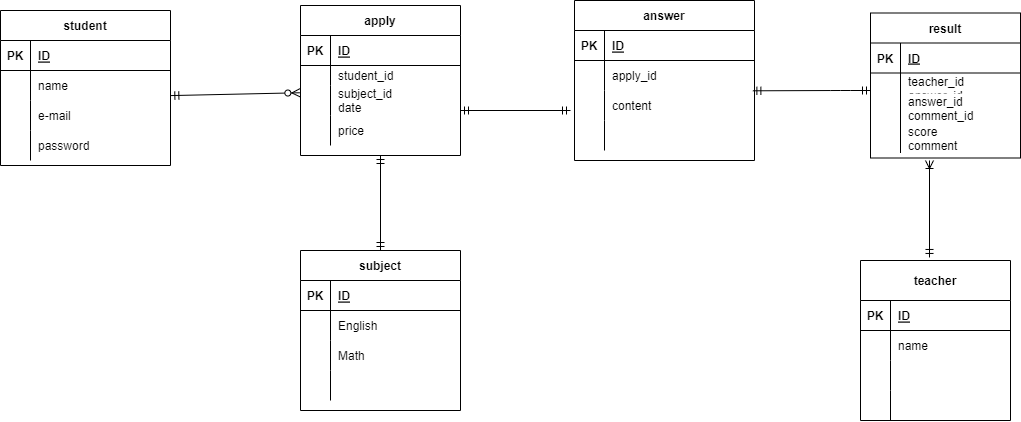
kei1476/ER keeps this draw.io diagram as index.drawio.png. Above is the earlier version. Source tidied: cells renumbered, new cells last; positions are measured from the earlier drawing's top-left corner, leaving out a move shared by most shapes.
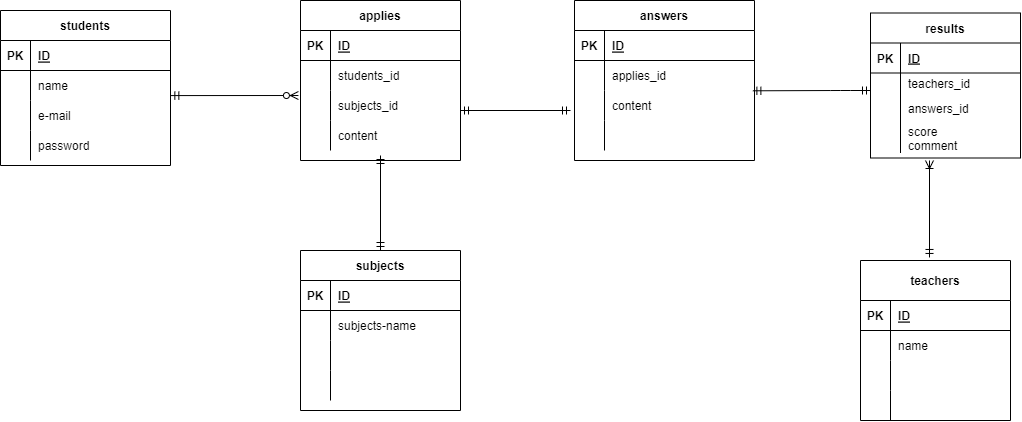
The same diagram one commit later.

Commit message:
演習問題修正3

The edit, as a diff of the source:
```diff
@@ -2,7 +2,7 @@
   <root>
     <mxCell id="0" />
     <mxCell id="1" parent="0" />
-    <mxCell id="2" value="student" style="shape=table;startSize=30;rowLines=0;fontStyle=1;align=center;" parent="1" vertex="1">
+    <mxCell id="2" value="students" style="shape=table;startSize=30;rowLines=0;fontStyle=1;align=center;" parent="1" vertex="1">
       <mxGeometry y="10" width="170" height="155" as="geometry" />
     </mxCell>
     <mxCell id="3" style="shape=partialRectangle;fillColor=none;top=0;left=0;bottom=1;right=0;" parent="2" vertex="1">
@@ -41,46 +41,7 @@
     <mxCell id="14" value="password" style="shape=partialRectangle;fillColor=none;top=0;left=0;bottom=0;right=0;align=left;spacingLeft=6;overflow=hidden;" parent="12" vertex="1">
       <mxGeometry x="30" width="140" height="30" as="geometry" />
     </mxCell>
-    <mxCell id="15" value="apply" style="shape=table;startSize=30;rowLines=0;fontStyle=1;align=center;" parent="1" vertex="1">
-      <mxGeometry x="300" y="5" width="160" height="150" as="geometry" />
-    </mxCell>
-    <mxCell id="16" style="shape=partialRectangle;fillColor=none;top=0;left=0;bottom=1;right=0;" parent="15" vertex="1">
-      <mxGeometry y="30" width="160" height="30" as="geometry" />
-    </mxCell>
-    <mxCell id="17" value="PK" style="shape=partialRectangle;fillColor=none;top=0;left=0;bottom=0;right=0;fontStyle=1;overflow=hidden;" parent="16" vertex="1">
-      <mxGeometry width="30" height="30" as="geometry" />
-    </mxCell>
-    <mxCell id="18" value="ID" style="shape=partialRectangle;fillColor=none;top=0;left=0;bottom=0;right=0;align=left;spacingLeft=6;fontStyle=5;overflow=hidden;" parent="16" vertex="1">
-      <mxGeometry x="30" width="130" height="30" as="geometry" />
-    </mxCell>
-    <mxCell id="19" style="shape=partialRectangle;fillColor=none;top=0;left=0;bottom=0;right=0;" parent="15" vertex="1">
-      <mxGeometry y="60" width="160" height="20" as="geometry" />
-    </mxCell>
-    <mxCell id="20" style="shape=partialRectangle;fillColor=none;top=0;left=0;bottom=0;right=0;overflow=hidden;" parent="19" vertex="1">
-      <mxGeometry width="30" height="20" as="geometry" />
-    </mxCell>
-    <mxCell id="21" value="student_id" style="shape=partialRectangle;fillColor=none;top=0;left=0;bottom=0;right=0;align=left;spacingLeft=6;overflow=hidden;" parent="19" vertex="1">
-      <mxGeometry x="30" width="130" height="20" as="geometry" />
-    </mxCell>
-    <mxCell id="22" style="shape=partialRectangle;fillColor=none;top=0;left=0;bottom=0;right=0;points=[[0,0.5],[1,0.5]];portConstraint=eastwest;" parent="15" vertex="1">
-      <mxGeometry y="80" width="160" height="30" as="geometry" />
-    </mxCell>
-    <mxCell id="23" style="shape=partialRectangle;fillColor=none;top=0;left=0;bottom=0;right=0;overflow=hidden;" parent="22" vertex="1">
-      <mxGeometry width="30" height="30" as="geometry" />
-    </mxCell>
-    <mxCell id="24" value="subject_id&#10;date" style="shape=partialRectangle;fillColor=none;top=0;left=0;bottom=0;right=0;align=left;spacingLeft=6;overflow=hidden;" parent="22" vertex="1">
-      <mxGeometry x="30" width="130" height="30" as="geometry" />
-    </mxCell>
-    <mxCell id="25" style="shape=partialRectangle;fillColor=none;top=0;left=0;bottom=0;right=0;" parent="15" vertex="1">
-      <mxGeometry y="110" width="160" height="30" as="geometry" />
-    </mxCell>
-    <mxCell id="26" style="shape=partialRectangle;fillColor=none;top=0;left=0;bottom=0;right=0;overflow=hidden;" parent="25" vertex="1">
-      <mxGeometry width="30" height="30" as="geometry" />
-    </mxCell>
-    <mxCell id="27" value="price" style="shape=partialRectangle;fillColor=none;top=0;left=0;bottom=0;right=0;align=left;spacingLeft=6;overflow=hidden;" parent="25" vertex="1">
-      <mxGeometry x="30" width="130" height="30" as="geometry" />
-    </mxCell>
-    <mxCell id="28" value="result" style="shape=table;startSize=30;rowLines=0;fontStyle=1;align=center;" parent="1" vertex="1">
+    <mxCell id="28" value="results" style="shape=table;startSize=30;rowLines=0;fontStyle=1;align=center;" parent="1" vertex="1">
       <mxGeometry x="870" y="12.5" width="150" height="145" as="geometry" />
     </mxCell>
     <mxCell id="29" style="shape=partialRectangle;fillColor=none;top=0;left=0;bottom=1;right=0;" parent="28" vertex="1">
@@ -98,7 +59,7 @@
     <mxCell id="33" style="shape=partialRectangle;fillColor=none;top=0;left=0;bottom=0;right=0;overflow=hidden;" parent="32" vertex="1">
       <mxGeometry width="30" height="20" as="geometry" />
     </mxCell>
-    <mxCell id="34" value="teacher_id&#10;answer_id" style="shape=partialRectangle;fillColor=none;top=0;left=0;bottom=0;right=0;align=left;spacingLeft=6;overflow=hidden;" parent="32" vertex="1">
+    <mxCell id="34" value="teachers_id" style="shape=partialRectangle;fillColor=none;top=0;left=0;bottom=0;right=0;align=left;spacingLeft=6;overflow=hidden;" parent="32" vertex="1">
       <mxGeometry x="30" width="120" height="20" as="geometry" />
     </mxCell>
     <mxCell id="35" style="shape=partialRectangle;fillColor=none;top=0;left=0;bottom=0;right=0;" parent="28" vertex="1">
@@ -107,7 +68,7 @@
     <mxCell id="36" style="shape=partialRectangle;fillColor=none;top=0;left=0;bottom=0;right=0;overflow=hidden;" parent="35" vertex="1">
       <mxGeometry width="30" height="30" as="geometry" />
     </mxCell>
-    <mxCell id="37" value="answer_id&#10;comment_id" style="shape=partialRectangle;fillColor=none;top=0;left=0;bottom=0;right=0;align=left;spacingLeft=6;overflow=hidden;" parent="35" vertex="1">
+    <mxCell id="37" value="answers_id" style="shape=partialRectangle;fillColor=none;top=0;left=0;bottom=0;right=0;align=left;spacingLeft=6;overflow=hidden;" parent="35" vertex="1">
       <mxGeometry x="30" width="120" height="30" as="geometry" />
     </mxCell>
     <mxCell id="38" style="shape=partialRectangle;fillColor=none;top=0;left=0;bottom=0;right=0;" parent="28" vertex="1">
@@ -119,7 +80,7 @@
     <mxCell id="40" value="score&#10;comment" style="shape=partialRectangle;fillColor=none;top=0;left=0;bottom=0;right=0;align=left;spacingLeft=6;overflow=hidden;" parent="38" vertex="1">
       <mxGeometry x="30" width="120" height="30" as="geometry" />
     </mxCell>
-    <mxCell id="41" value="teacher" style="shape=table;startSize=40;rowLines=0;fontStyle=1;align=center;" parent="1" vertex="1">
+    <mxCell id="41" value="teachers" style="shape=table;startSize=40;rowLines=0;fontStyle=1;align=center;" parent="1" vertex="1">
       <mxGeometry x="860" y="260" width="150" height="160" as="geometry" />
     </mxCell>
     <mxCell id="42" style="shape=partialRectangle;fillColor=none;top=0;left=0;bottom=1;right=0;" parent="41" vertex="1">
@@ -169,7 +130,7 @@
     <mxCell id="55" style="fontSize=12;html=1;endArrow=ERzeroToMany;startArrow=ERmandOne;exitX=1;exitY=0.5;exitDx=0;exitDy=0;entryX=0;entryY=0.5;entryDx=0;entryDy=0;" parent="1" edge="1" source="6" target="x">
       <mxGeometry relative="1" as="geometry" />
     </mxCell>
-    <mxCell id="56" style="fontSize=12;html=1;endArrow=ERzeroToMany;startArrow=ERmandOne;exitX=1.002;exitY=0.836;exitDx=0;exitDy=0;entryX=-0.004;entryY=0.242;entryDx=0;entryDy=0;entryPerimeter=0;exitPerimeter=0;" parent="1" edge="1" source="6" target="22">
+    <mxCell id="56" style="fontSize=12;html=1;endArrow=ERzeroToMany;startArrow=ERmandOne;exitX=1.002;exitY=0.836;exitDx=0;exitDy=0;entryX=-0.013;entryY=0.167;entryDx=0;entryDy=0;entryPerimeter=0;exitPerimeter=0;" parent="1" edge="1" source="6" target="90">
       <mxGeometry relative="1" as="geometry" />
     </mxCell>
     <mxCell id="57" style="fontSize=12;html=1;endArrow=ERoneToMany;startArrow=ERmandOne;exitX=0.46;exitY=-0.019;exitDx=0;exitDy=0;exitPerimeter=0;" parent="1" edge="1" source="41">
@@ -177,7 +138,7 @@
         <mxPoint x="929" y="160" as="targetPoint" />
       </mxGeometry>
     </mxCell>
-    <mxCell id="58" value="answer" style="shape=table;startSize=30;rowLines=0;fontStyle=1;align=center;" parent="1" vertex="1">
+    <mxCell id="58" value="answers" style="shape=table;startSize=30;rowLines=0;fontStyle=1;align=center;" parent="1" vertex="1">
       <mxGeometry x="574" width="180" height="160" as="geometry" />
     </mxCell>
     <mxCell id="59" style="shape=partialRectangle;fillColor=none;top=0;left=0;bottom=1;right=0;" parent="58" vertex="1">
@@ -195,7 +156,7 @@
     <mxCell id="63" style="shape=partialRectangle;fillColor=none;top=0;left=0;bottom=0;right=0;overflow=hidden;" parent="62" vertex="1">
       <mxGeometry width="30" height="30" as="geometry" />
     </mxCell>
-    <mxCell id="64" value="apply_id" style="shape=partialRectangle;fillColor=none;top=0;left=0;bottom=0;right=0;align=left;spacingLeft=6;overflow=hidden;" parent="62" vertex="1">
+    <mxCell id="64" value="applies_id" style="shape=partialRectangle;fillColor=none;top=0;left=0;bottom=0;right=0;align=left;spacingLeft=6;overflow=hidden;" parent="62" vertex="1">
       <mxGeometry x="30" width="150" height="30" as="geometry" />
     </mxCell>
     <mxCell id="65" style="shape=partialRectangle;fillColor=none;top=0;left=0;bottom=0;right=0;points=[[0,0.5],[1,0.5]];portConstraint=eastwest;" parent="58" vertex="1">
@@ -216,7 +177,7 @@
     <mxCell id="70" style="shape=partialRectangle;fillColor=none;top=0;left=0;bottom=0;right=0;align=left;spacingLeft=6;overflow=hidden;" parent="68" vertex="1">
       <mxGeometry x="30" width="150" height="30" as="geometry" />
     </mxCell>
-    <mxCell id="71" value="subject" style="shape=table;startSize=30;rowLines=0;fontStyle=1;align=center;" parent="1" vertex="1">
+    <mxCell id="71" value="subjects" style="shape=table;startSize=30;rowLines=0;fontStyle=1;align=center;" parent="1" vertex="1">
       <mxGeometry x="300" y="250" width="160" height="160" as="geometry" />
     </mxCell>
     <mxCell id="72" style="shape=partialRectangle;fillColor=none;top=0;left=0;bottom=1;right=0;" parent="71" vertex="1">
@@ -234,7 +195,7 @@
     <mxCell id="76" style="shape=partialRectangle;fillColor=none;top=0;left=0;bottom=0;right=0;overflow=hidden;" parent="75" vertex="1">
       <mxGeometry width="30" height="30" as="geometry" />
     </mxCell>
-    <mxCell id="77" value="English" style="shape=partialRectangle;fillColor=none;top=0;left=0;bottom=0;right=0;align=left;spacingLeft=6;overflow=hidden;" parent="75" vertex="1">
+    <mxCell id="77" value="subjects-name" style="shape=partialRectangle;fillColor=none;top=0;left=0;bottom=0;right=0;align=left;spacingLeft=6;overflow=hidden;" parent="75" vertex="1">
       <mxGeometry x="30" width="130" height="30" as="geometry" />
     </mxCell>
     <mxCell id="78" style="shape=partialRectangle;fillColor=none;top=0;left=0;bottom=0;right=0;" parent="71" vertex="1">
@@ -243,7 +204,7 @@
     <mxCell id="79" style="shape=partialRectangle;fillColor=none;top=0;left=0;bottom=0;right=0;overflow=hidden;" parent="78" vertex="1">
       <mxGeometry width="30" height="30" as="geometry" />
     </mxCell>
-    <mxCell id="80" value="Math" style="shape=partialRectangle;fillColor=none;top=0;left=0;bottom=0;right=0;align=left;spacingLeft=6;overflow=hidden;" parent="78" vertex="1">
+    <mxCell id="80" style="shape=partialRectangle;fillColor=none;top=0;left=0;bottom=0;right=0;align=left;spacingLeft=6;overflow=hidden;" parent="78" vertex="1">
       <mxGeometry x="30" width="130" height="30" as="geometry" />
     </mxCell>
     <mxCell id="81" style="shape=partialRectangle;fillColor=none;top=0;left=0;bottom=0;right=0;" parent="71" vertex="1">
@@ -255,8 +216,10 @@
     <mxCell id="83" style="shape=partialRectangle;fillColor=none;top=0;left=0;bottom=0;right=0;align=left;spacingLeft=6;overflow=hidden;" parent="81" vertex="1">
       <mxGeometry x="30" width="130" height="30" as="geometry" />
     </mxCell>
-    <mxCell id="84" style="fontSize=12;html=1;endArrow=ERmandOne;startArrow=ERmandOne;entryX=0.5;entryY=1;entryDx=0;entryDy=0;exitX=0.5;exitY=0;exitDx=0;exitDy=0;" parent="1" edge="1" source="71" target="15">
-      <mxGeometry relative="1" as="geometry" />
+    <mxCell id="84" style="fontSize=12;html=1;endArrow=ERmandOne;startArrow=ERmandOne;entryX=0.5;entryY=1;entryDx=0;entryDy=0;exitX=0.5;exitY=0;exitDx=0;exitDy=0;" parent="1" edge="1" source="71">
+      <mxGeometry relative="1" as="geometry">
+        <mxPoint x="380" y="155" as="targetPoint" />
+      </mxGeometry>
     </mxCell>
     <mxCell id="85" style="fontSize=12;html=1;endArrow=ERmandOne;startArrow=ERmandOne;" parent="1" edge="1">
       <mxGeometry relative="1" as="geometry">
@@ -264,5 +227,44 @@
         <mxPoint x="570" y="110" as="targetPoint" />
       </mxGeometry>
     </mxCell>
+    <mxCell id="86" value="applies" style="shape=table;startSize=30;rowLines=0;fontStyle=1;align=center;" parent="1" vertex="1">
+      <mxGeometry x="300" width="160" height="160" as="geometry" />
+    </mxCell>
+    <mxCell id="16" style="shape=partialRectangle;fillColor=none;top=0;left=0;bottom=1;right=0;" parent="86" vertex="1">
+      <mxGeometry y="30" width="160" height="30" as="geometry" />
+    </mxCell>
+    <mxCell id="17" value="PK" style="shape=partialRectangle;fillColor=none;top=0;left=0;bottom=0;right=0;fontStyle=1;overflow=hidden;" parent="16" vertex="1">
+      <mxGeometry width="30" height="30" as="geometry" />
+    </mxCell>
+    <mxCell id="18" value="ID" style="shape=partialRectangle;fillColor=none;top=0;left=0;bottom=0;right=0;align=left;spacingLeft=6;fontStyle=5;overflow=hidden;" parent="16" vertex="1">
+      <mxGeometry x="30" width="130" height="30" as="geometry" />
+    </mxCell>
+    <mxCell id="87" style="shape=partialRectangle;fillColor=none;top=0;left=0;bottom=0;right=0;" parent="86" vertex="1">
+      <mxGeometry y="60" width="160" height="30" as="geometry" />
+    </mxCell>
+    <mxCell id="88" style="shape=partialRectangle;fillColor=none;top=0;left=0;bottom=0;right=0;overflow=hidden;" parent="87" vertex="1">
+      <mxGeometry width="30" height="30" as="geometry" />
+    </mxCell>
+    <mxCell id="89" value="students_id" style="shape=partialRectangle;fillColor=none;top=0;left=0;bottom=0;right=0;align=left;spacingLeft=6;overflow=hidden;" parent="87" vertex="1">
+      <mxGeometry x="30" width="130" height="30" as="geometry" />
+    </mxCell>
+    <mxCell id="90" style="shape=partialRectangle;fillColor=none;top=0;left=0;bottom=0;right=0;points=[[0,0.5],[1,0.5]];portConstraint=eastwest;" parent="86" vertex="1">
+      <mxGeometry y="90" width="160" height="30" as="geometry" />
+    </mxCell>
+    <mxCell id="91" style="shape=partialRectangle;fillColor=none;top=0;left=0;bottom=0;right=0;overflow=hidden;" parent="90" vertex="1">
+      <mxGeometry width="30" height="30" as="geometry" />
+    </mxCell>
+    <mxCell id="92" value="subjects_id" style="shape=partialRectangle;fillColor=none;top=0;left=0;bottom=0;right=0;align=left;spacingLeft=6;overflow=hidden;" parent="90" vertex="1">
+      <mxGeometry x="30" width="130" height="30" as="geometry" />
+    </mxCell>
+    <mxCell id="93" style="shape=partialRectangle;fillColor=none;top=0;left=0;bottom=0;right=0;" parent="86" vertex="1">
+      <mxGeometry y="120" width="160" height="30" as="geometry" />
+    </mxCell>
+    <mxCell id="94" style="shape=partialRectangle;fillColor=none;top=0;left=0;bottom=0;right=0;overflow=hidden;" parent="93" vertex="1">
+      <mxGeometry width="30" height="30" as="geometry" />
+    </mxCell>
+    <mxCell id="95" value="content" style="shape=partialRectangle;fillColor=none;top=0;left=0;bottom=0;right=0;align=left;spacingLeft=6;overflow=hidden;" parent="93" vertex="1">
+      <mxGeometry x="30" width="130" height="30" as="geometry" />
+    </mxCell>
   </root>
 </mxGraphModel>
```
